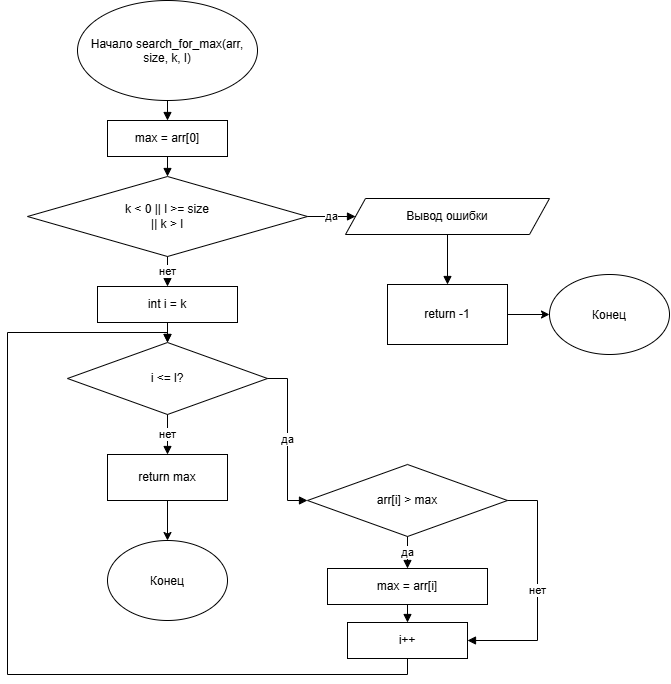
valknown/hw14 keeps this draw.io diagram as Lab_14a_13.png. Above is the earlier version. Source tidied: cells renumbered, new cells last; positions are measured from the earlier drawing's top-left corner, leaving out a move shared by most shapes. Source of this version:
```xml
<mxGraphModel background="light-dark(#FFFFFF,#121212)">
  <root>
    <mxCell id="0" />
    <mxCell id="1" parent="0" />
    <mxCell id="2" value="max = arr[0]" style="rounded=0;whiteSpace=wrap;html=1;" parent="1" vertex="1">
      <mxGeometry x="100" y="120" width="120" height="36" as="geometry" />
    </mxCell>
    <mxCell id="3" value="k &amp;lt; 0 || l &amp;gt;= size&lt;br&gt;|| k &amp;gt; l" style="rhombus;whiteSpace=wrap;html=1;" parent="1" vertex="1">
      <mxGeometry x="20" y="176" width="280" height="80" as="geometry" />
    </mxCell>
    <mxCell id="4" value="Вывод ошибки" style="shape=parallelogram;perimeter=parallelogramPerimeter;whiteSpace=wrap;html=1;fixedSize=1;" parent="1" vertex="1">
      <mxGeometry x="338" y="198" width="204" height="36" as="geometry" />
    </mxCell>
    <mxCell id="5" value="int i = k" style="rounded=0;whiteSpace=wrap;html=1;" parent="1" vertex="1">
      <mxGeometry x="90" y="286" width="140" height="36" as="geometry" />
    </mxCell>
    <mxCell id="6" value="i &lt;= l?" style="rhombus;whiteSpace=wrap;html=1;" parent="1" vertex="1">
      <mxGeometry x="60" y="342" width="200" height="72" as="geometry" />
    </mxCell>
    <mxCell id="7" value="arr[i] &amp;gt; max" style="rhombus;whiteSpace=wrap;html=1;" parent="1" vertex="1">
      <mxGeometry x="300" y="464" width="200" height="72" as="geometry" />
    </mxCell>
    <mxCell id="8" value="max = arr[i]" style="rounded=0;whiteSpace=wrap;html=1;" parent="1" vertex="1">
      <mxGeometry x="320" y="568" width="160" height="36" as="geometry" />
    </mxCell>
    <mxCell id="9" value="i++" style="rounded=0;whiteSpace=wrap;html=1;" parent="1" vertex="1">
      <mxGeometry x="340" y="622" width="120" height="36" as="geometry" />
    </mxCell>
    <mxCell id="10" style="edgeStyle=orthogonalEdgeStyle;rounded=0;html=1;endArrow=block;endFill=1;" parent="1" edge="1" target="2">
      <mxGeometry relative="1" as="geometry">
        <mxPoint x="160" y="100" as="sourcePoint" />
      </mxGeometry>
    </mxCell>
    <mxCell id="11" style="edgeStyle=orthogonalEdgeStyle;rounded=0;html=1;endArrow=block;endFill=1;" parent="1" edge="1" source="2" target="3">
      <mxGeometry relative="1" as="geometry" />
    </mxCell>
    <mxCell id="12" value="да" style="edgeStyle=orthogonalEdgeStyle;rounded=0;html=1;endArrow=block;endFill=1;exitX=1;exitY=0.5;exitDx=0;exitDy=0;" parent="1" edge="1" source="3" target="4">
      <mxGeometry relative="1" as="geometry" />
    </mxCell>
    <mxCell id="13" style="edgeStyle=orthogonalEdgeStyle;rounded=0;html=1;endArrow=block;endFill=1;entryX=0.5;entryY=0;entryDx=0;entryDy=0;" parent="1" edge="1" source="4" target="27">
      <mxGeometry relative="1" as="geometry" />
    </mxCell>
    <mxCell id="14" value="нет" style="edgeStyle=orthogonalEdgeStyle;rounded=0;html=1;endArrow=block;endFill=1;exitX=0.5;exitY=1;exitDx=0;exitDy=0;" parent="1" edge="1" source="3" target="5">
      <mxGeometry relative="1" as="geometry" />
    </mxCell>
    <mxCell id="15" style="edgeStyle=orthogonalEdgeStyle;rounded=0;html=1;endArrow=block;endFill=1;" parent="1" edge="1" source="5" target="6">
      <mxGeometry relative="1" as="geometry" />
    </mxCell>
    <mxCell id="16" value="да" style="edgeStyle=orthogonalEdgeStyle;rounded=0;html=1;endArrow=block;endFill=1;exitX=1;exitY=0.5;exitDx=0;exitDy=0;entryX=0;entryY=0.5;entryDx=0;entryDy=0;" parent="1" edge="1" source="6" target="7">
      <mxGeometry relative="1" as="geometry" />
    </mxCell>
    <mxCell id="17" value="да" style="edgeStyle=orthogonalEdgeStyle;rounded=0;html=1;endArrow=block;endFill=1;exitX=0.5;exitY=1;exitDx=0;exitDy=0;" parent="1" edge="1" source="7" target="8">
      <mxGeometry relative="1" as="geometry" />
    </mxCell>
    <mxCell id="18" style="edgeStyle=orthogonalEdgeStyle;rounded=0;html=1;endArrow=block;endFill=1;" parent="1" edge="1" source="8" target="9">
      <mxGeometry relative="1" as="geometry" />
    </mxCell>
    <mxCell id="19" value="нет" style="edgeStyle=orthogonalEdgeStyle;rounded=0;html=1;endArrow=block;endFill=1;exitX=1;exitY=0.5;exitDx=0;exitDy=0;entryX=1;entryY=0.5;entryDx=0;entryDy=0;" parent="1" edge="1" source="7" target="9">
      <mxGeometry relative="1" as="geometry">
        <Array as="points">
          <mxPoint x="530" y="500" />
          <mxPoint x="530" y="640" />
        </Array>
      </mxGeometry>
    </mxCell>
    <mxCell id="20" style="edgeStyle=orthogonalEdgeStyle;rounded=0;html=1;endArrow=block;endFill=1;exitX=0.5;exitY=1;exitDx=0;exitDy=0;entryX=0.5;entryY=0;entryDx=0;entryDy=0;" parent="1" edge="1" source="9" target="6">
      <mxGeometry relative="1" as="geometry">
        <Array as="points">
          <mxPoint x="400" y="674" />
          <mxPoint y="674" />
          <mxPoint y="332" />
          <mxPoint x="160" y="332" />
        </Array>
      </mxGeometry>
    </mxCell>
    <mxCell id="21" value="нет" style="edgeStyle=orthogonalEdgeStyle;rounded=0;html=1;endArrow=block;endFill=1;exitX=0.5;exitY=1;exitDx=0;exitDy=0;" parent="1" edge="1" source="6">
      <mxGeometry relative="1" as="geometry">
        <mxPoint x="160" y="454" as="targetPoint" />
      </mxGeometry>
    </mxCell>
    <mxCell id="22" value="Начало&amp;nbsp;&lt;span style=&quot;background-color: transparent; color: light-dark(#000000, var(--ge-light-color, #ffffff));&quot;&gt;search_for_max(arr, size, k, l)&lt;/span&gt;" style="ellipse;whiteSpace=wrap;html=1;shapeInside=1;" parent="1" vertex="1">
      <mxGeometry x="70" width="180" height="100" as="geometry" />
    </mxCell>
    <mxCell id="23" value="Конец" style="ellipse;whiteSpace=wrap;html=1;shapeInside=1;" parent="1" vertex="1">
      <mxGeometry x="542" y="274" width="120" height="80" as="geometry" />
    </mxCell>
    <mxCell id="24" value="return max" style="rounded=0;whiteSpace=wrap;html=1;" parent="1" vertex="1">
      <mxGeometry x="100" y="454" width="120" height="46" as="geometry" />
    </mxCell>
    <mxCell id="25" value="Конец" style="ellipse;whiteSpace=wrap;html=1;shapeInside=1;" parent="1" vertex="1">
      <mxGeometry x="100" y="540" width="120" height="80" as="geometry" />
    </mxCell>
    <mxCell id="26" style="endArrow=classic;html=1;rounded=0;defaultLabelBackgroundColor=page;exitX=0.5;exitY=1;exitDx=0;exitDy=0;entryX=0.5;entryY=0;entryDx=0;entryDy=0;" parent="1" edge="1" source="24" target="25">
      <mxGeometry relative="1" as="geometry" />
    </mxCell>
    <mxCell id="27" value="return -1" style="rounded=0;whiteSpace=wrap;html=1;" parent="1" vertex="1">
      <mxGeometry x="380" y="284" width="120" height="60" as="geometry" />
    </mxCell>
    <mxCell id="28" style="endArrow=classic;html=1;rounded=0;defaultLabelBackgroundColor=page;exitX=1;exitY=0.5;exitDx=0;exitDy=0;entryX=0;entryY=0.5;entryDx=0;entryDy=0;" parent="1" edge="1" source="27" target="23">
      <mxGeometry relative="1" as="geometry" />
    </mxCell>
  </root>
</mxGraphModel>
```
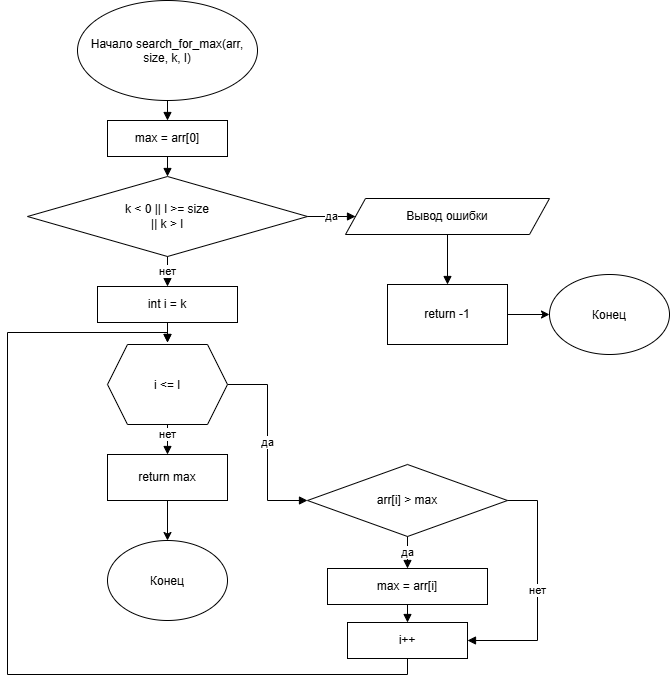
The same diagram one commit later.

Commit message:
Изменил вторую схему

Change to the diagram source:
```diff
@@ -14,9 +14,6 @@
     <mxCell id="5" value="int i = k" style="rounded=0;whiteSpace=wrap;html=1;" parent="1" vertex="1">
       <mxGeometry x="90" y="286" width="140" height="36" as="geometry" />
     </mxCell>
-    <mxCell id="6" value="i &lt;= l?" style="rhombus;whiteSpace=wrap;html=1;" parent="1" vertex="1">
-      <mxGeometry x="60" y="342" width="200" height="72" as="geometry" />
-    </mxCell>
     <mxCell id="7" value="arr[i] &amp;gt; max" style="rhombus;whiteSpace=wrap;html=1;" parent="1" vertex="1">
       <mxGeometry x="300" y="464" width="200" height="72" as="geometry" />
     </mxCell>
@@ -43,10 +40,12 @@
     <mxCell id="14" value="нет" style="edgeStyle=orthogonalEdgeStyle;rounded=0;html=1;endArrow=block;endFill=1;exitX=0.5;exitY=1;exitDx=0;exitDy=0;" parent="1" edge="1" source="3" target="5">
       <mxGeometry relative="1" as="geometry" />
     </mxCell>
-    <mxCell id="15" style="edgeStyle=orthogonalEdgeStyle;rounded=0;html=1;endArrow=block;endFill=1;" parent="1" edge="1" source="5" target="6">
-      <mxGeometry relative="1" as="geometry" />
+    <mxCell id="15" style="edgeStyle=orthogonalEdgeStyle;rounded=0;html=1;endArrow=block;endFill=1;" parent="1" edge="1" source="5">
+      <mxGeometry relative="1" as="geometry">
+        <mxPoint x="160" y="342" as="targetPoint" />
+      </mxGeometry>
     </mxCell>
-    <mxCell id="16" value="да" style="edgeStyle=orthogonalEdgeStyle;rounded=0;html=1;endArrow=block;endFill=1;exitX=1;exitY=0.5;exitDx=0;exitDy=0;entryX=0;entryY=0.5;entryDx=0;entryDy=0;" parent="1" edge="1" source="6" target="7">
+    <mxCell id="16" value="да" style="edgeStyle=orthogonalEdgeStyle;rounded=0;html=1;endArrow=block;endFill=1;exitX=1;exitY=0.5;exitDx=0;exitDy=0;entryX=0;entryY=0.5;entryDx=0;entryDy=0;" parent="1" edge="1" source="29" target="7">
       <mxGeometry relative="1" as="geometry" />
     </mxCell>
     <mxCell id="17" value="да" style="edgeStyle=orthogonalEdgeStyle;rounded=0;html=1;endArrow=block;endFill=1;exitX=0.5;exitY=1;exitDx=0;exitDy=0;" parent="1" edge="1" source="7" target="8">
@@ -63,8 +62,9 @@
         </Array>
       </mxGeometry>
     </mxCell>
-    <mxCell id="20" style="edgeStyle=orthogonalEdgeStyle;rounded=0;html=1;endArrow=block;endFill=1;exitX=0.5;exitY=1;exitDx=0;exitDy=0;entryX=0.5;entryY=0;entryDx=0;entryDy=0;" parent="1" edge="1" source="9" target="6">
+    <mxCell id="20" style="edgeStyle=orthogonalEdgeStyle;rounded=0;html=1;endArrow=block;endFill=1;exitX=0.5;exitY=1;exitDx=0;exitDy=0;entryX=0.5;entryY=0;entryDx=0;entryDy=0;" parent="1" edge="1" source="9">
       <mxGeometry relative="1" as="geometry">
+        <mxPoint x="160" y="342" as="targetPoint" />
         <Array as="points">
           <mxPoint x="400" y="674" />
           <mxPoint y="674" />
@@ -73,8 +73,9 @@
         </Array>
       </mxGeometry>
     </mxCell>
-    <mxCell id="21" value="нет" style="edgeStyle=orthogonalEdgeStyle;rounded=0;html=1;endArrow=block;endFill=1;exitX=0.5;exitY=1;exitDx=0;exitDy=0;" parent="1" edge="1" source="6">
+    <mxCell id="21" value="нет" style="edgeStyle=orthogonalEdgeStyle;rounded=0;html=1;endArrow=block;endFill=1;exitX=0.5;exitY=1;exitDx=0;exitDy=0;" parent="1" edge="1">
       <mxGeometry relative="1" as="geometry">
+        <mxPoint x="160" y="414" as="sourcePoint" />
         <mxPoint x="160" y="454" as="targetPoint" />
       </mxGeometry>
     </mxCell>
@@ -99,5 +100,8 @@
     <mxCell id="28" style="endArrow=classic;html=1;rounded=0;defaultLabelBackgroundColor=page;exitX=1;exitY=0.5;exitDx=0;exitDy=0;entryX=0;entryY=0.5;entryDx=0;entryDy=0;" parent="1" edge="1" source="27" target="23">
       <mxGeometry relative="1" as="geometry" />
     </mxCell>
+    <mxCell id="29" value="i &amp;lt;= l" style="shape=hexagon;perimeter=hexagonPerimeter2;whiteSpace=wrap;html=1;shapeInside=1;fixedSize=1;" parent="1" vertex="1">
+      <mxGeometry x="100" y="344" width="120" height="80" as="geometry" />
+    </mxCell>
   </root>
 </mxGraphModel>
```
